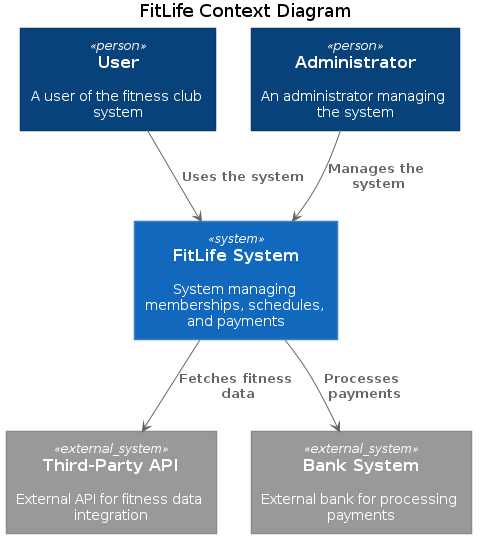
Above: diagrams/context/FitLife_Context.png in olegkudrin/c4-demo (PlantUML), before the change.
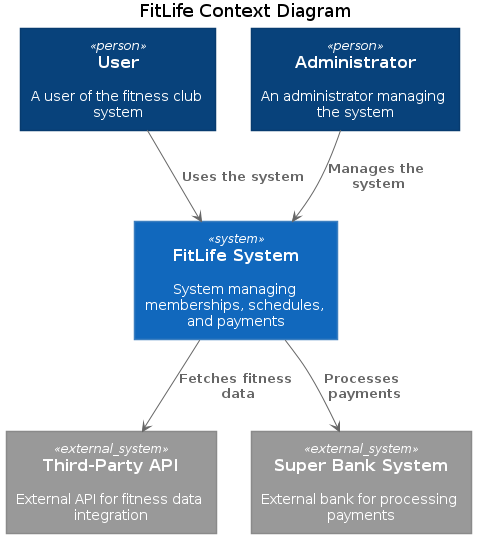
After the commit.

Commit message:
Automated diagram generation

The edit, as a diff of the source:
```diff
@@ -116,7 +116,7 @@
 rectangle "==FitLife System\n\n System managing memberships, schedules, and payments" <<system>> as FitLifeSystem
 
 rectangle "==Third-Party API\n\n External API for fitness data integration" <<external_system>> as api
-rectangle "==Bank System\n\n External bank for processing payments" <<external_system>> as bank
+rectangle "==Super Bank System\n\n External bank for processing payments" <<external_system>> as bank
 
 user --> FitLifeSystem : "===Uses the system"
 admin --> FitLifeSystem : "===Manages the system"
```
